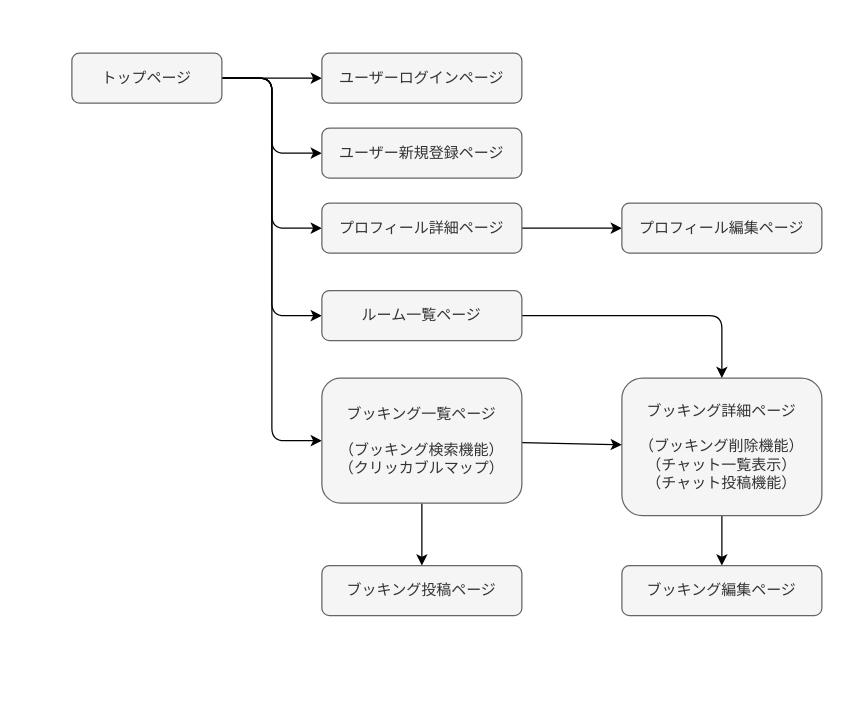
Earlier version of the draw.io diagram Transition_diagram.dio (yuki-0202/bandbond). Source tidied: cells renumbered, new cells numbered last; positions are measured from the earlier drawing's top-left corner, leaving out a move shared by most shapes. Both pictures are drawn from the tidied source at 125%, with x=0, y=0 at pixel (71, 52).
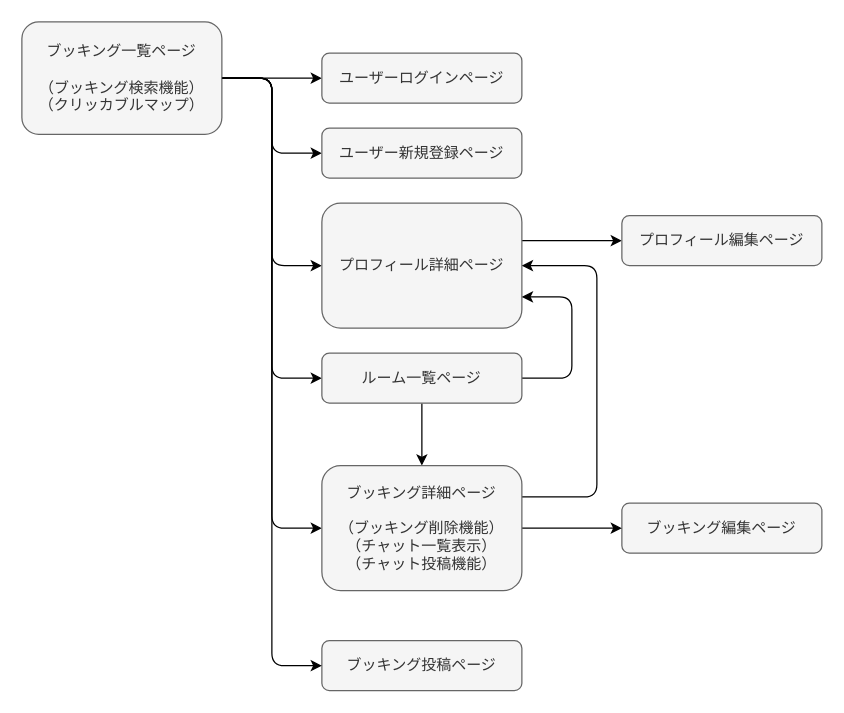
After the change.

Commit message:
画面遷移図の修正

Diff of the diagram source:
```diff
@@
     <mxCell id="4" style="edgeStyle=none;html=1;" parent="1" edge="1" source="7" target="11">
       <mxGeometry relative="1" as="geometry">
         <Array as="points">
           <mxPoint x="160" y="20" />
-          <mxPoint x="160" y="140" />
+          <mxPoint x="160" y="170" />
         </Array>
       </mxGeometry>
     </mxCell>
     <mxCell id="5" style="edgeStyle=none;html=1;exitX=1;exitY=0.5;exitDx=0;exitDy=0;entryX=0;entryY=0.5;entryDx=0;entryDy=0;" parent="1" edge="1" source="7" target="18">
       <mxGeometry relative="1" as="geometry">
         <Array as="points">
           <mxPoint x="160" y="20" />
-          <mxPoint x="160" y="210" />
+          <mxPoint x="160" y="260" />
         </Array>
       </mxGeometry>
     </mxCell>
     <mxCell id="6" style="edgeStyle=none;html=1;entryX=0;entryY=0.5;entryDx=0;entryDy=0;exitX=1;exitY=0.5;exitDx=0;exitDy=0;" parent="1" edge="1" source="7" target="21">
       <mxGeometry relative="1" as="geometry">
         <Array as="points">
           <mxPoint x="160" y="20" />
-          <mxPoint x="160" y="310" />
+          <mxPoint x="160" y="380" />
         </Array>
       </mxGeometry>
     </mxCell>
-    <mxCell id="7" value="トップページ" style="rounded=1;whiteSpace=wrap;html=1;fillColor=#f5f5f5;fontColor=#333333;strokeColor=#666666;" parent="1" vertex="1">
-      <mxGeometry width="120" height="40" as="geometry" />
+    <mxCell id="7" value="ブッキング一覧ページ&lt;br&gt;&lt;br&gt;（ブッキング検索機能）&lt;br&gt;（クリッカブルマップ）" style="rounded=1;whiteSpace=wrap;html=1;fillColor=#f5f5f5;fontColor=#333333;strokeColor=#666666;" parent="1" vertex="1">
+      <mxGeometry x="-40" y="-25" width="160" height="90" as="geometry" />
     </mxCell>
@@
-    <mxCell id="10" style="edgeStyle=none;html=1;" parent="1" edge="1" source="11" target="13">
-      <mxGeometry relative="1" as="geometry" />
+    <mxCell id="10" style="edgeStyle=none;html=1;" parent="1" edge="1" target="13">
+      <mxGeometry relative="1" as="geometry">
+        <mxPoint x="350" y="150" as="sourcePoint" />
+      </mxGeometry>
     </mxCell>
     <mxCell id="11" value="プロフィール詳細ページ" style="rounded=1;whiteSpace=wrap;html=1;fillColor=#f5f5f5;fontColor=#333333;strokeColor=#666666;" parent="1" vertex="1">
-      <mxGeometry x="200" y="120" width="160" height="40" as="geometry" />
+      <mxGeometry x="200" y="120" width="160" height="100" as="geometry" />
     </mxCell>
     <mxCell id="12" value="ブッキング投稿ページ" style="rounded=1;whiteSpace=wrap;html=1;fillColor=#f5f5f5;fontColor=#333333;strokeColor=#666666;" parent="1" vertex="1">
-      <mxGeometry x="200" y="410" width="160" height="40" as="geometry" />
+      <mxGeometry x="200" y="470" width="160" height="40" as="geometry" />
     </mxCell>
     <mxCell id="13" value="プロフィール編集ページ" style="rounded=1;whiteSpace=wrap;html=1;fillColor=#f5f5f5;fontColor=#333333;strokeColor=#666666;" parent="1" vertex="1">
-      <mxGeometry x="440" y="120" width="160" height="40" as="geometry" />
+      <mxGeometry x="440" y="130" width="160" height="40" as="geometry" />
     </mxCell>
-    <mxCell id="14" style="edgeStyle=none;html=1;exitX=0.5;exitY=1;exitDx=0;exitDy=0;" parent="1" edge="1" source="15" target="16">
-      <mxGeometry relative="1" as="geometry" />
-    </mxCell>
-    <mxCell id="15" value="ブッキング詳細ページ&lt;br&gt;&lt;br&gt;（ブッキング削除機能）&lt;br&gt;（チャット一覧表示）&lt;br&gt;（チャット投稿機能）" style="rounded=1;whiteSpace=wrap;html=1;fillColor=#f5f5f5;fontColor=#333333;strokeColor=#666666;" parent="1" vertex="1">
-      <mxGeometry x="440" y="260" width="160" height="110" as="geometry" />
-    </mxCell>
     <mxCell id="16" value="ブッキング編集ページ" style="rounded=1;whiteSpace=wrap;html=1;fillColor=#f5f5f5;fontColor=#333333;strokeColor=#666666;" parent="1" vertex="1">
-      <mxGeometry x="440" y="410" width="160" height="40" as="geometry" />
+      <mxGeometry x="440" y="360" width="160" height="40" as="geometry" />
     </mxCell>
-    <mxCell id="17" style="edgeStyle=none;html=1;exitX=1;exitY=0.5;exitDx=0;exitDy=0;entryX=0.5;entryY=0;entryDx=0;entryDy=0;" parent="1" edge="1" source="18" target="15">
-      <mxGeometry relative="1" as="geometry">
-        <Array as="points">
-          <mxPoint x="520" y="210" />
-        </Array>
-      </mxGeometry>
-    </mxCell>
+    <mxCell id="22" style="edgeStyle=none;html=1;entryX=0.5;entryY=0;entryDx=0;entryDy=0;" parent="1" edge="1" source="18" target="21">
+      <mxGeometry relative="1" as="geometry" />
+    </mxCell>
+    <mxCell id="23" style="edgeStyle=none;html=1;exitX=1;exitY=0.5;exitDx=0;exitDy=0;entryX=1;entryY=0.75;entryDx=0;entryDy=0;" parent="1" edge="1" source="18" target="11">
+      <mxGeometry relative="1" as="geometry">
+        <Array as="points">
+          <mxPoint x="400" y="260" />
+          <mxPoint x="400" y="195" />
+        </Array>
+      </mxGeometry>
+    </mxCell>
     <mxCell id="18" value="ルーム一覧ページ" style="rounded=1;whiteSpace=wrap;html=1;fillColor=#f5f5f5;fontColor=#333333;strokeColor=#666666;" parent="1" vertex="1">
-      <mxGeometry x="200" y="190" width="160" height="40" as="geometry" />
+      <mxGeometry x="200" y="240" width="160" height="40" as="geometry" />
     </mxCell>
-    <mxCell id="19" style="edgeStyle=none;html=1;" parent="1" edge="1" source="21" target="15">
+    <mxCell id="19" style="edgeStyle=none;html=1;" parent="1" edge="1" source="21" target="16">
       <mxGeometry relative="1" as="geometry" />
     </mxCell>
-    <mxCell id="20" style="edgeStyle=none;html=1;" parent="1" edge="1" source="21" target="12">
-      <mxGeometry relative="1" as="geometry" />
+    <mxCell id="20" style="edgeStyle=none;html=1;exitX=1;exitY=0.5;exitDx=0;exitDy=0;entryX=0;entryY=0.5;entryDx=0;entryDy=0;" parent="1" edge="1" source="7" target="12">
+      <mxGeometry relative="1" as="geometry">
+        <Array as="points">
+          <mxPoint x="160" y="20" />
+          <mxPoint x="160" y="490" />
+        </Array>
+      </mxGeometry>
     </mxCell>
+    <mxCell id="24" style="edgeStyle=none;html=1;exitX=1;exitY=0.25;exitDx=0;exitDy=0;" parent="1" edge="1" source="21">
+      <mxGeometry relative="1" as="geometry">
+        <mxPoint x="360" y="170" as="targetPoint" />
+        <Array as="points">
+          <mxPoint x="420" y="355" />
+          <mxPoint x="420" y="170" />
+        </Array>
+      </mxGeometry>
+    </mxCell>
-    <mxCell id="21" value="ブッキング一覧ページ&lt;br&gt;&lt;br&gt;（ブッキング検索機能）&lt;br&gt;（クリッカブルマップ）" style="rounded=1;whiteSpace=wrap;html=1;fillColor=#f5f5f5;fontColor=#333333;strokeColor=#666666;" parent="1" vertex="1">
-      <mxGeometry x="200" y="260" width="160" height="100" as="geometry" />
+    <mxCell id="21" value="&lt;span&gt;ブッキング詳細ページ&lt;/span&gt;&lt;br&gt;&lt;br&gt;&lt;span&gt;（ブッキング削除機能）&lt;/span&gt;&lt;br&gt;&lt;span&gt;（チャット一覧表示）&lt;/span&gt;&lt;br&gt;&lt;span&gt;（チャット投稿機能）&lt;/span&gt;" style="rounded=1;whiteSpace=wrap;html=1;fillColor=#f5f5f5;fontColor=#333333;strokeColor=#666666;" parent="1" vertex="1">
+      <mxGeometry x="200" y="330" width="160" height="100" as="geometry" />
     </mxCell>
```
